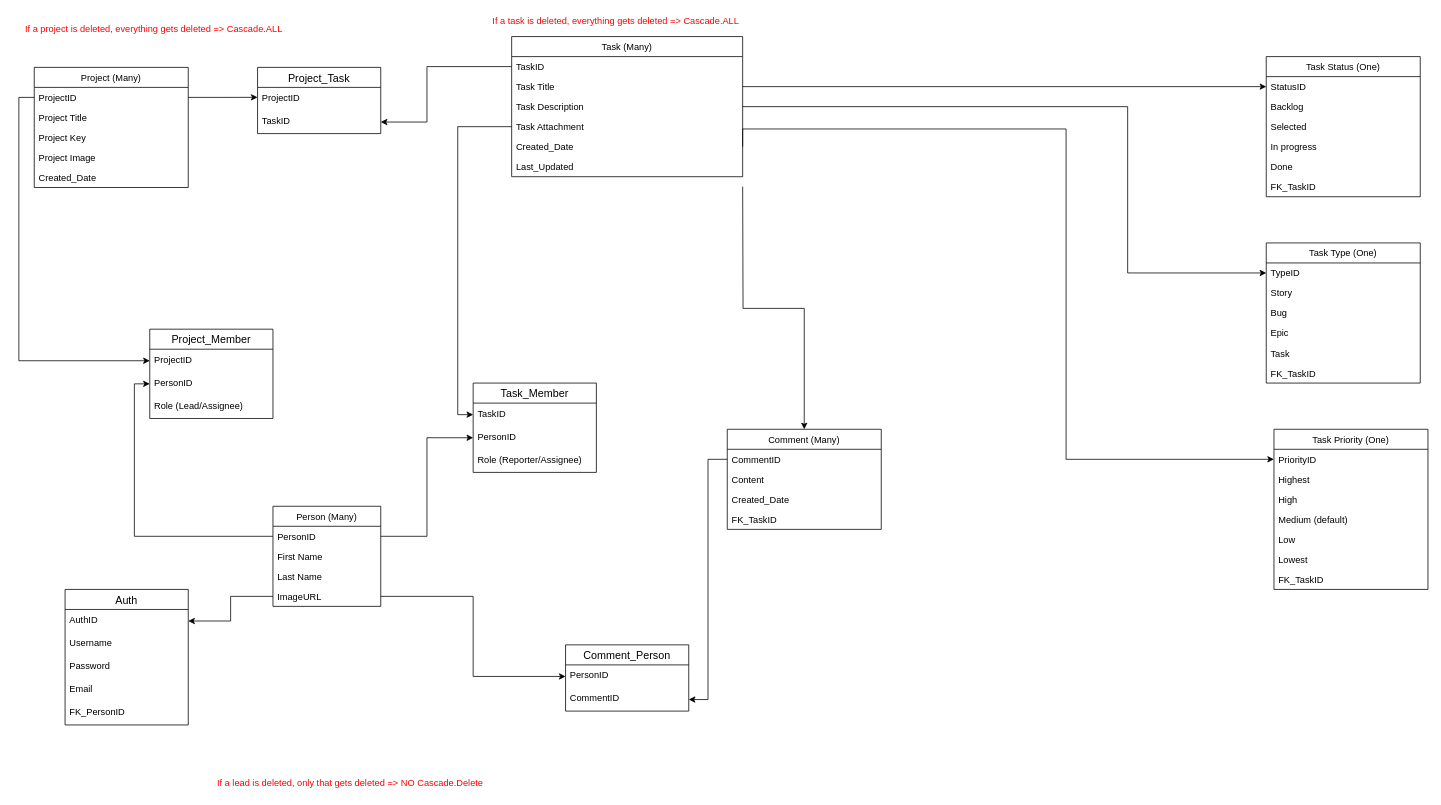
This is ERdiagram.drawio from dathaotrinh/jira-clone, a draw.io file, before an edit. Source tidied: cells renumbered, new cells numbered last; positions are measured from the earlier drawing's top-left corner, leaving out a move shared by most shapes. Both pictures are drawn from the tidied source at 77%, with x=0, y=0 at pixel (18, 13).
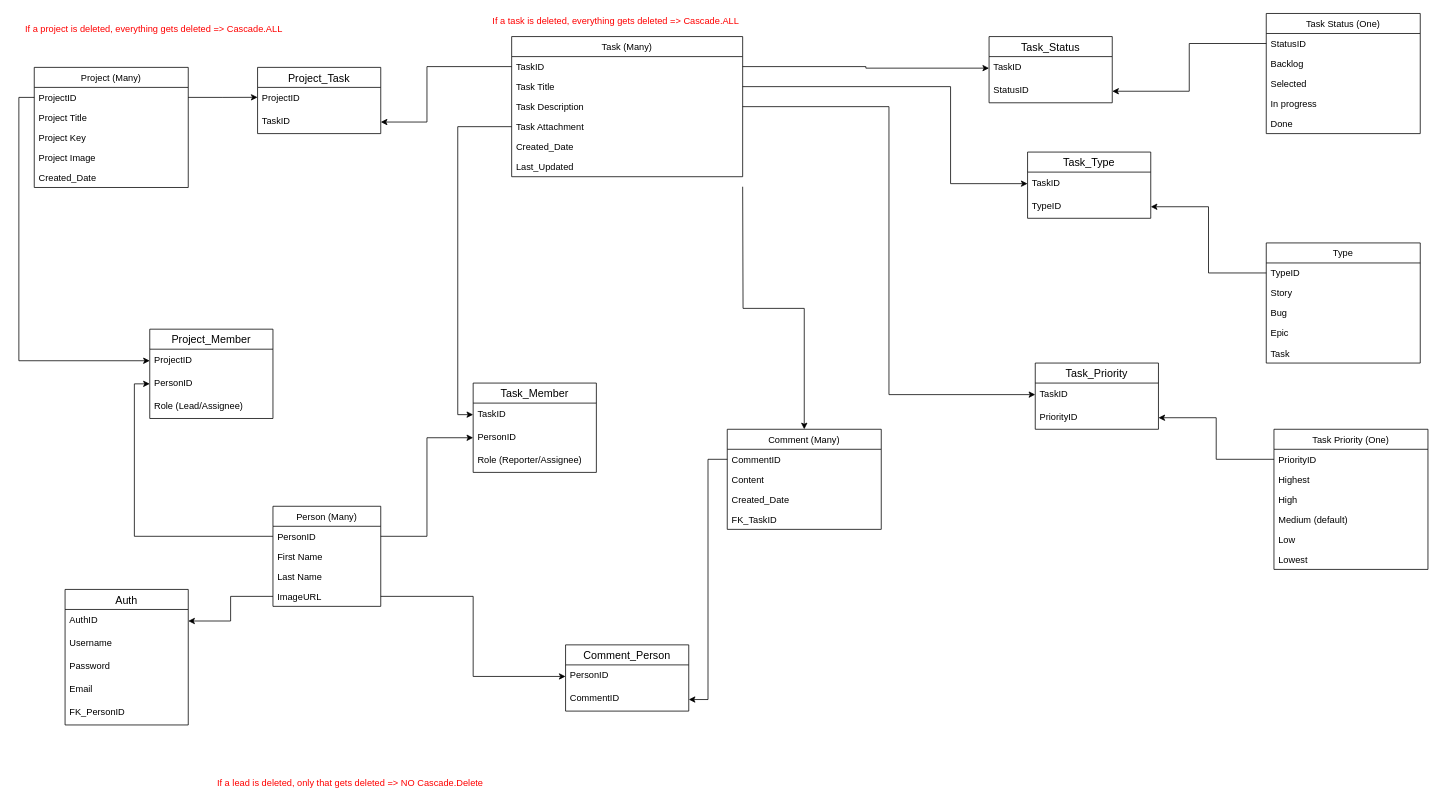
After the change.

Commit message (it also covers changes not shown here):
complete create statements for all tables in database

The change refers to these unchanged cells:
```xml
<mxCell id="3" value="TaskID" style="text;strokeColor=none;fillColor=none;align=left;verticalAlign=top;spacingLeft=4;spacingRight=4;overflow=hidden;points=[[0,0.5],[1,0.5]];portConstraint=eastwest;" parent="2" vertex="1">
  <mxGeometry y="26" width="300" height="26" as="geometry" />
</mxCell>
<mxCell id="4" value="Task Title" style="text;strokeColor=none;fillColor=none;align=left;verticalAlign=top;spacingLeft=4;spacingRight=4;overflow=hidden;points=[[0,0.5],[1,0.5]];portConstraint=eastwest;" parent="2" vertex="1">
  <mxGeometry y="52" width="300" height="26" as="geometry" />
</mxCell>
<mxCell id="5" value="Task Description" style="text;strokeColor=none;fillColor=none;align=left;verticalAlign=top;spacingLeft=4;spacingRight=4;overflow=hidden;points=[[0,0.5],[1,0.5]];portConstraint=eastwest;" parent="2" vertex="1">
  <mxGeometry y="78" width="300" height="26" as="geometry" />
</mxCell>
<mxCell id="11" value="StatusID" style="text;strokeColor=none;fillColor=none;align=left;verticalAlign=top;spacingLeft=4;spacingRight=4;overflow=hidden;points=[[0,0.5],[1,0.5]];portConstraint=eastwest;" parent="10" vertex="1">
  <mxGeometry y="26" width="200" height="26" as="geometry" />
</mxCell>
<mxCell id="48" value="PriorityID" style="text;strokeColor=none;fillColor=none;align=left;verticalAlign=top;spacingLeft=4;spacingRight=4;overflow=hidden;points=[[0,0.5],[1,0.5]];portConstraint=eastwest;" parent="47" vertex="1">
  <mxGeometry y="26" width="200" height="26" as="geometry" />
</mxCell>
<mxCell id="56" value="TypeID" style="text;strokeColor=none;fillColor=none;align=left;verticalAlign=top;spacingLeft=4;spacingRight=4;overflow=hidden;points=[[0,0.5],[1,0.5]];portConstraint=eastwest;" parent="55" vertex="1">
  <mxGeometry y="26" width="200" height="26" as="geometry" />
</mxCell>
```

What changed in the source:
```diff
@@
+    <mxCell id="17" value="Project_Task" style="swimlane;fontStyle=0;horizontal=1;startSize=26;align=center;fontSize=14;" parent="1" vertex="1">
+      <mxGeometry x="310" y="70" width="160" height="86" as="geometry" />
+    </mxCell>
+    <mxCell id="18" value="ProjectID" style="text;strokeColor=none;fillColor=none;spacingLeft=4;spacingRight=4;overflow=hidden;fontSize=12;" parent="17" vertex="1">
+      <mxGeometry y="26" width="160" height="30" as="geometry" />
+    </mxCell>
+    <mxCell id="19" value="TaskID" style="text;strokeColor=none;fillColor=none;spacingLeft=4;spacingRight=4;overflow=hidden;points=[[0,0.5],[1,0.5]];portConstraint=eastwest;fontSize=12;" parent="17" vertex="1">
+      <mxGeometry y="56" width="160" height="30" as="geometry" />
+    </mxCell>
     <mxCell id="10" value="Task Status (One)" style="swimlane;fontStyle=0;horizontal=1;startSize=26;fillColor=none;" parent="1" vertex="1">
-      <mxGeometry x="1620" y="56" width="200" height="182" as="geometry" />
+      <mxGeometry x="1620" width="200" height="156" as="geometry" />
     </mxCell>
@@
-    <mxCell id="16" value="FK_TaskID" style="text;strokeColor=none;fillColor=none;align=left;verticalAlign=top;spacingLeft=4;spacingRight=4;overflow=hidden;" parent="10" vertex="1">
-      <mxGeometry y="156" width="200" height="26" as="geometry" />
-    </mxCell>
-    <mxCell id="17" value="Project_Task" style="swimlane;fontStyle=0;horizontal=1;startSize=26;align=center;fontSize=14;" parent="1" vertex="1">
-      <mxGeometry x="310" y="70" width="160" height="86" as="geometry" />
-    </mxCell>
-    <mxCell id="18" value="ProjectID" style="text;strokeColor=none;fillColor=none;spacingLeft=4;spacingRight=4;overflow=hidden;fontSize=12;" parent="17" vertex="1">
-      <mxGeometry y="26" width="160" height="30" as="geometry" />
-    </mxCell>
-    <mxCell id="19" value="TaskID" style="text;strokeColor=none;fillColor=none;spacingLeft=4;spacingRight=4;overflow=hidden;points=[[0,0.5],[1,0.5]];portConstraint=eastwest;fontSize=12;" parent="17" vertex="1">
-      <mxGeometry y="56" width="160" height="30" as="geometry" />
-    </mxCell>
+    <mxCell id="83" value="Task_Status" style="swimlane;fontStyle=0;horizontal=1;startSize=26;align=center;fontSize=14;" parent="1" vertex="1">
+      <mxGeometry x="1260" y="30" width="160" height="86" as="geometry" />
+    </mxCell>
+    <mxCell id="84" value="TaskID" style="text;strokeColor=none;fillColor=none;spacingLeft=4;spacingRight=4;overflow=hidden;points=[[0,0.5],[1,0.5]];portConstraint=eastwest;fontSize=12;" parent="83" vertex="1">
+      <mxGeometry y="26" width="160" height="30" as="geometry" />
+    </mxCell>
+    <mxCell id="85" value="StatusID" style="text;strokeColor=none;fillColor=none;spacingLeft=4;spacingRight=4;overflow=hidden;points=[[0,0.5],[1,0.5]];portConstraint=eastwest;fontSize=12;" parent="83" vertex="1">
+      <mxGeometry y="56" width="160" height="30" as="geometry" />
+    </mxCell>
+    <mxCell id="86" value="Task_Type" style="swimlane;fontStyle=0;horizontal=1;startSize=26;align=center;fontSize=14;" parent="1" vertex="1">
+      <mxGeometry x="1310" y="180" width="160" height="86" as="geometry" />
+    </mxCell>
+    <mxCell id="87" value="TaskID" style="text;strokeColor=none;fillColor=none;spacingLeft=4;spacingRight=4;overflow=hidden;points=[[0,0.5],[1,0.5]];portConstraint=eastwest;fontSize=12;" parent="86" vertex="1">
+      <mxGeometry y="26" width="160" height="30" as="geometry" />
+    </mxCell>
+    <mxCell id="88" value="TypeID" style="text;strokeColor=none;fillColor=none;spacingLeft=4;spacingRight=4;overflow=hidden;points=[[0,0.5],[1,0.5]];portConstraint=eastwest;fontSize=12;" parent="86" vertex="1">
+      <mxGeometry y="56" width="160" height="30" as="geometry" />
+    </mxCell>
+    <mxCell id="89" value="Task_Priority" style="swimlane;fontStyle=0;horizontal=1;startSize=26;align=center;fontSize=14;" parent="1" vertex="1">
+      <mxGeometry x="1320" y="454" width="160" height="86" as="geometry" />
+    </mxCell>
+    <mxCell id="90" value="TaskID" style="text;strokeColor=none;fillColor=none;spacingLeft=4;spacingRight=4;overflow=hidden;points=[[0,0.5],[1,0.5]];portConstraint=eastwest;fontSize=12;" parent="89" vertex="1">
+      <mxGeometry y="26" width="160" height="30" as="geometry" />
+    </mxCell>
+    <mxCell id="91" value="PriorityID" style="text;strokeColor=none;fillColor=none;spacingLeft=4;spacingRight=4;overflow=hidden;points=[[0,0.5],[1,0.5]];portConstraint=eastwest;fontSize=12;" parent="89" vertex="1">
+      <mxGeometry y="56" width="160" height="30" as="geometry" />
+    </mxCell>
@@
-    <mxCell id="22" style="edgeStyle=orthogonalEdgeStyle;rounded=0;jettySize=auto;html=1;exitX=1;exitY=0.5;exitDx=0;exitDy=0;entryX=0;entryY=0.5;entryDx=0;entryDy=0;" parent="1" edge="1" source="4" target="11">
-      <mxGeometry relative="1" as="geometry" />
-    </mxCell>
@@
-    <mxCell id="46" style="edgeStyle=orthogonalEdgeStyle;rounded=0;jettySize=auto;html=1;exitX=1;exitY=0.5;exitDx=0;exitDy=0;entryX=0;entryY=0.5;entryDx=0;entryDy=0;" parent="1" edge="1" target="48">
-      <mxGeometry relative="1" as="geometry">
-        <mxPoint x="940" y="173" as="sourcePoint" />
-        <Array as="points">
-          <mxPoint x="940" y="150" />
-          <mxPoint x="1360" y="150" />
-          <mxPoint x="1360" y="579" />
-        </Array>
-      </mxGeometry>
-    </mxCell>
     <mxCell id="47" value="Task Priority (One)" style="swimlane;fontStyle=0;horizontal=1;startSize=26;fillColor=none;" parent="1" vertex="1">
-      <mxGeometry x="1630" y="540" width="200" height="208" as="geometry" />
+      <mxGeometry x="1630" y="540" width="200" height="182" as="geometry" />
     </mxCell>
@@
-    <mxCell id="54" value="FK_TaskID" style="text;strokeColor=none;fillColor=none;align=left;verticalAlign=top;spacingLeft=4;spacingRight=4;overflow=hidden;" parent="47" vertex="1">
-      <mxGeometry y="182" width="200" height="26" as="geometry" />
-    </mxCell>
-    <mxCell id="55" value="Task Type (One)" style="swimlane;fontStyle=0;horizontal=1;startSize=26;fillColor=none;" parent="1" vertex="1">
-      <mxGeometry x="1620" y="298" width="200" height="182" as="geometry" />
+    <mxCell id="55" value="Type" style="swimlane;fontStyle=0;horizontal=1;startSize=26;fillColor=none;" parent="1" vertex="1">
+      <mxGeometry x="1620" y="298" width="200" height="156" as="geometry" />
     </mxCell>
@@
-    <mxCell id="61" value="FK_TaskID" style="text;strokeColor=none;fillColor=none;align=left;verticalAlign=top;spacingLeft=4;spacingRight=4;overflow=hidden;" parent="55" vertex="1">
-      <mxGeometry y="156" width="200" height="26" as="geometry" />
-    </mxCell>
-    <mxCell id="62" style="edgeStyle=orthogonalEdgeStyle;rounded=0;jettySize=auto;html=1;exitX=1;exitY=0.5;exitDx=0;exitDy=0;entryX=0;entryY=0.5;entryDx=0;entryDy=0;" parent="1" edge="1" target="56">
-      <mxGeometry relative="1" as="geometry">
-        <mxPoint x="940" y="121" as="sourcePoint" />
-        <Array as="points">
-          <mxPoint x="1440" y="121" />
-          <mxPoint x="1440" y="337" />
-        </Array>
-      </mxGeometry>
-    </mxCell>
@@
+    <mxCell id="92" style="edgeStyle=orthogonalEdgeStyle;rounded=0;jettySize=auto;html=1;exitX=1;exitY=0.5;exitDx=0;exitDy=0;" parent="1" edge="1" source="3" target="84">
+      <mxGeometry relative="1" as="geometry" />
+    </mxCell>
+    <mxCell id="93" style="edgeStyle=orthogonalEdgeStyle;rounded=0;jettySize=auto;html=1;exitX=0;exitY=0.5;exitDx=0;exitDy=0;" parent="1" edge="1" source="11" target="85">
+      <mxGeometry relative="1" as="geometry" />
+    </mxCell>
+    <mxCell id="94" style="edgeStyle=orthogonalEdgeStyle;rounded=0;jettySize=auto;html=1;exitX=1;exitY=0.5;exitDx=0;exitDy=0;" parent="1" edge="1" source="4" target="87">
+      <mxGeometry relative="1" as="geometry">
+        <Array as="points">
+          <mxPoint x="1210" y="95" />
+          <mxPoint x="1210" y="221" />
+        </Array>
+      </mxGeometry>
+    </mxCell>
+    <mxCell id="95" style="edgeStyle=orthogonalEdgeStyle;rounded=0;jettySize=auto;html=1;exitX=0;exitY=0.5;exitDx=0;exitDy=0;entryX=1;entryY=0.5;entryDx=0;entryDy=0;" parent="1" edge="1" source="56" target="88">
+      <mxGeometry relative="1" as="geometry" />
+    </mxCell>
+    <mxCell id="96" style="edgeStyle=orthogonalEdgeStyle;rounded=0;jettySize=auto;html=1;exitX=1;exitY=0.5;exitDx=0;exitDy=0;entryX=0;entryY=0.5;entryDx=0;entryDy=0;" parent="1" edge="1" source="5" target="90">
+      <mxGeometry relative="1" as="geometry" />
+    </mxCell>
+    <mxCell id="97" style="edgeStyle=orthogonalEdgeStyle;rounded=0;jettySize=auto;html=1;exitX=0;exitY=0.5;exitDx=0;exitDy=0;entryX=1;entryY=0.5;entryDx=0;entryDy=0;" parent="1" edge="1" source="48" target="91">
+      <mxGeometry relative="1" as="geometry" />
+    </mxCell>
```
